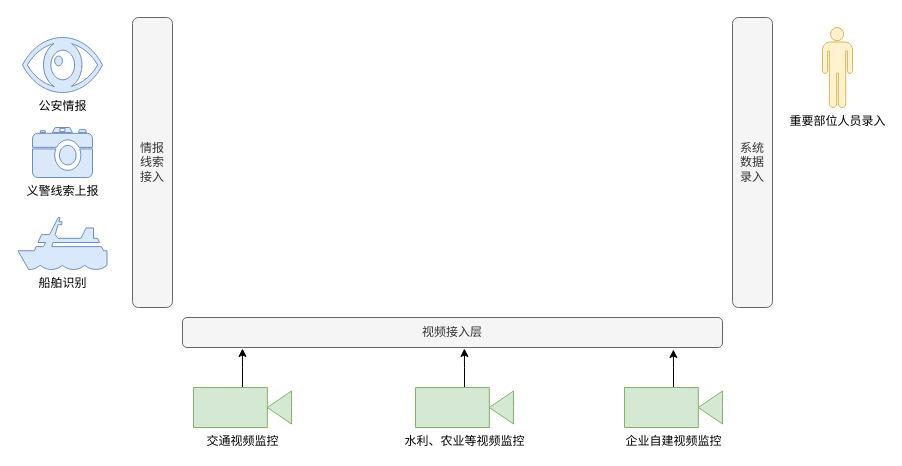
The draw.io diagram 水域网络图.drawio in liusheding001/draw.io, before the edit. Source tidied: cells renumbered, new cells numbered last; positions are measured from the earlier drawing's top-left corner, leaving out a move shared by most shapes. Both pictures are drawn from the tidied source at 100%, with x=0, y=0 at pixel (18, 17).
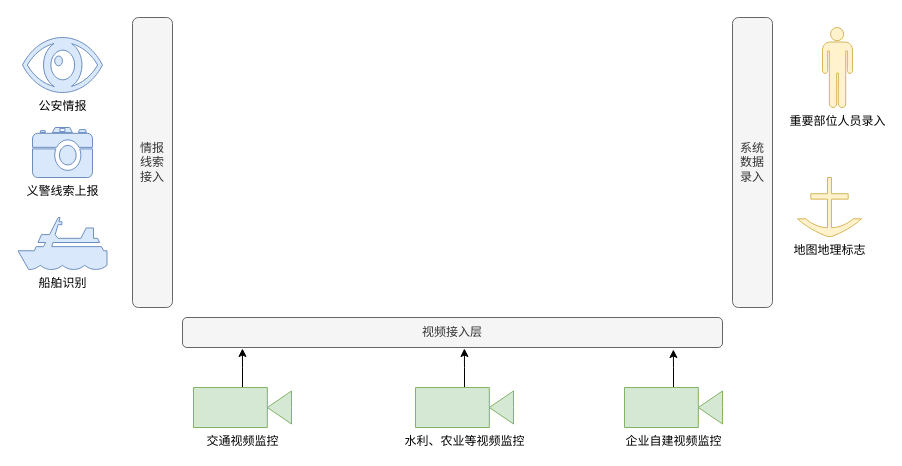
The same page after the edit.

Commit message (it also covers changes not shown here):
更新水域网络图.drawio

Diff of the diagram source:
```diff
@@
 <mxGraphModel>
   <root>
     <mxCell id="0" />
     <mxCell id="1" parent="0" />
     <mxCell id="2" value="视频接入层" style="rounded=1;whiteSpace=wrap;html=1;fillColor=#f5f5f5;strokeColor=#666666;fontColor=#333333;" parent="1" vertex="1">
       <mxGeometry x="164" y="300" width="540" height="30" as="geometry" />
     </mxCell>
     <mxCell id="3" style="edgeStyle=orthogonalEdgeStyle;rounded=0;jettySize=auto;html=1;entryX=0.111;entryY=1.033;entryDx=0;entryDy=0;entryPerimeter=0;" parent="1" edge="1" source="4" target="2">
       <mxGeometry relative="1" as="geometry" />
     </mxCell>
     <mxCell id="4" value="交通视频监控" style="shape=mxgraph.signs.tech.video_camera;html=1;fillColor=#d5e8d4;strokeColor=#82b366;verticalLabelPosition=bottom;verticalAlign=top;align=center;" parent="1" vertex="1">
       <mxGeometry x="175" y="370" width="98" height="40" as="geometry" />
     </mxCell>
     <mxCell id="5" style="edgeStyle=orthogonalEdgeStyle;rounded=0;jettySize=auto;html=1;entryX=0.522;entryY=1.033;entryDx=0;entryDy=0;entryPerimeter=0;" parent="1" edge="1" source="6" target="2">
       <mxGeometry relative="1" as="geometry" />
     </mxCell>
     <mxCell id="6" value="水利、农业等视频监控" style="shape=mxgraph.signs.tech.video_camera;html=1;fillColor=#d5e8d4;strokeColor=#82b366;verticalLabelPosition=bottom;verticalAlign=top;align=center;" parent="1" vertex="1">
       <mxGeometry x="397" y="370" width="98" height="40" as="geometry" />
     </mxCell>
     <mxCell id="7" style="edgeStyle=orthogonalEdgeStyle;rounded=0;jettySize=auto;html=1;entryX=0.909;entryY=1.067;entryDx=0;entryDy=0;entryPerimeter=0;" parent="1" edge="1" source="8" target="2">
       <mxGeometry relative="1" as="geometry" />
     </mxCell>
     <mxCell id="8" value="企业自建视频监控&lt;br&gt;" style="shape=mxgraph.signs.tech.video_camera;html=1;fillColor=#d5e8d4;strokeColor=#82b366;verticalLabelPosition=bottom;verticalAlign=top;align=center;" parent="1" vertex="1">
       <mxGeometry x="606" y="370" width="98" height="40" as="geometry" />
     </mxCell>
     <mxCell id="9" value="义警线索上报" style="shape=mxgraph.signs.tech.camera_2;html=1;fillColor=#dae8fc;strokeColor=#6c8ebf;verticalLabelPosition=bottom;verticalAlign=top;align=center;" parent="1" vertex="1">
       <mxGeometry x="14" y="110" width="60" height="50" as="geometry" />
     </mxCell>
     <mxCell id="10" value="船舶识别" style="shape=mxgraph.signs.transportation.ship_1;html=1;fillColor=#dae8fc;strokeColor=#6c8ebf;verticalLabelPosition=bottom;verticalAlign=top;align=center;" parent="1" vertex="1">
       <mxGeometry x="-0.5" y="200" width="89" height="52" as="geometry" />
     </mxCell>
     <mxCell id="11" value="公安情报" style="shape=mxgraph.signs.healthcare.eye;html=1;fillColor=#dae8fc;strokeColor=#6c8ebf;verticalLabelPosition=bottom;verticalAlign=top;align=center;" parent="1" vertex="1">
       <mxGeometry x="4" y="20" width="80" height="55" as="geometry" />
     </mxCell>
     <mxCell id="12" value="情报&lt;br&gt;线索&lt;br&gt;接入" style="rounded=1;whiteSpace=wrap;html=1;fillColor=#f5f5f5;strokeColor=#666666;fontColor=#333333;" parent="1" vertex="1">
       <mxGeometry x="114" width="40" height="290" as="geometry" />
     </mxCell>
     <mxCell id="13" value="系统&lt;br&gt;数据&lt;br&gt;录入" style="rounded=1;whiteSpace=wrap;html=1;fillColor=#f5f5f5;strokeColor=#666666;fontColor=#333333;" parent="1" vertex="1">
       <mxGeometry x="714" width="40" height="290" as="geometry" />
     </mxCell>
     <mxCell id="14" value="重要部位人员录入" style="shape=mxgraph.signs.people.man_1;html=1;fillColor=#fff2cc;strokeColor=#d6b656;verticalLabelPosition=bottom;verticalAlign=top;align=center;" parent="1" vertex="1">
       <mxGeometry x="804" y="10" width="30" height="80" as="geometry" />
     </mxCell>
+    <mxCell id="15" value="地图地理标志" style="shape=mxgraph.signs.transportation.anchor_4;html=1;fillColor=#fff2cc;strokeColor=#d6b656;verticalLabelPosition=bottom;verticalAlign=top;align=center;" parent="1" vertex="1">
+      <mxGeometry x="779" y="160" width="64" height="59" as="geometry" />
+    </mxCell>
   </root>
 </mxGraphModel>
```
